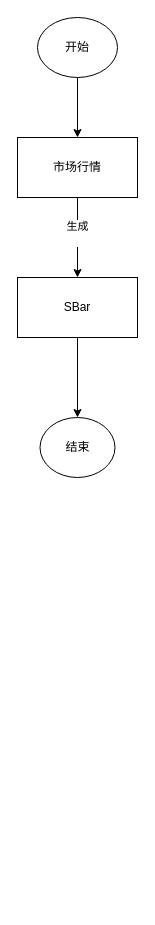
This is page "SBar" (2 of 9) of docs/followchart.drawio from ligl/pulao, a draw.io file, before an edit. Source tidied: cells renumbered, new cells numbered last; positions are measured from the earlier drawing's top-left corner, leaving out a move shared by most shapes. Both pictures are drawn from the tidied source at 100%, with x=0, y=0 at pixel (17, 17).
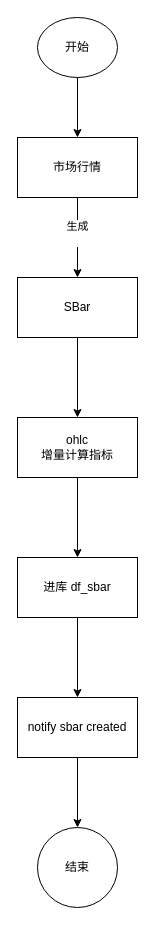
The same diagram, later.

The edit, as a diff of the source:
```diff
@@
 <mxGraphModel>
   <root>
     <mxCell id="0" />
     <mxCell id="1" parent="0" />
     <mxCell id="2" style="edgeStyle=orthogonalEdgeStyle;rounded=0;jettySize=auto;html=1;" parent="1" edge="1" source="3" target="6">
       <mxGeometry relative="1" as="geometry" />
     </mxCell>
     <mxCell id="3" value="开始" style="ellipse;whiteSpace=wrap;html=1;" parent="1" vertex="1">
       <mxGeometry x="20" width="80" height="60" as="geometry" />
     </mxCell>
     <mxCell id="4" style="edgeStyle=orthogonalEdgeStyle;rounded=0;jettySize=auto;html=1;" parent="1" edge="1" source="6" target="8">
       <mxGeometry relative="1" as="geometry" />
     </mxCell>
     <mxCell id="5" value="生成&lt;div&gt;&lt;br&gt;&lt;/div&gt;" style="edgeLabel;html=1;align=center;verticalAlign=middle;" parent="4" vertex="1">
       <mxGeometry x="-0.12" y="-1" relative="1" as="geometry" />
     </mxCell>
     <mxCell id="6" value="市场行情" style="whiteSpace=wrap;html=1;" parent="1" vertex="1">
       <mxGeometry y="120" width="120" height="60" as="geometry" />
     </mxCell>
-    <mxCell id="7" style="edgeStyle=orthogonalEdgeStyle;rounded=0;jettySize=auto;html=1;" parent="1" edge="1" source="8" target="9">
-      <mxGeometry relative="1" as="geometry" />
-    </mxCell>
+    <mxCell id="10" style="edgeStyle=orthogonalEdgeStyle;rounded=0;jettySize=auto;html=1;" parent="1" edge="1" source="8" target="12">
+      <mxGeometry relative="1" as="geometry" />
+    </mxCell>
     <mxCell id="8" value="SBar" style="whiteSpace=wrap;html=1;" parent="1" vertex="1">
       <mxGeometry y="260" width="120" height="60" as="geometry" />
     </mxCell>
+    <mxCell id="11" style="edgeStyle=orthogonalEdgeStyle;rounded=0;jettySize=auto;html=1;" parent="1" edge="1" source="12" target="14">
+      <mxGeometry relative="1" as="geometry" />
+    </mxCell>
+    <mxCell id="12" value="ohlc&lt;div&gt;增量计算指标&lt;/div&gt;" style="whiteSpace=wrap;html=1;" parent="1" vertex="1">
+      <mxGeometry y="400" width="120" height="60" as="geometry" />
+    </mxCell>
+    <mxCell id="13" style="edgeStyle=orthogonalEdgeStyle;rounded=0;jettySize=auto;html=1;" parent="1" edge="1" source="14" target="16">
+      <mxGeometry relative="1" as="geometry" />
+    </mxCell>
+    <mxCell id="14" value="进库 df_sbar" style="whiteSpace=wrap;html=1;" parent="1" vertex="1">
+      <mxGeometry y="540" width="120" height="60" as="geometry" />
+    </mxCell>
+    <mxCell id="15" style="edgeStyle=orthogonalEdgeStyle;rounded=0;jettySize=auto;html=1;" parent="1" edge="1" source="16" target="9">
+      <mxGeometry relative="1" as="geometry" />
+    </mxCell>
+    <mxCell id="16" value="notify sbar created" style="whiteSpace=wrap;html=1;" parent="1" vertex="1">
+      <mxGeometry y="680" width="120" height="60" as="geometry" />
+    </mxCell>
     <mxCell id="9" value="结束" style="ellipse;whiteSpace=wrap;html=1;" parent="1" vertex="1">
-      <mxGeometry x="22.5" y="400" width="75" height="60" as="geometry" />
+      <mxGeometry x="20" y="810" width="80" height="80" as="geometry" />
     </mxCell>
   </root>
 </mxGraphModel>
```
